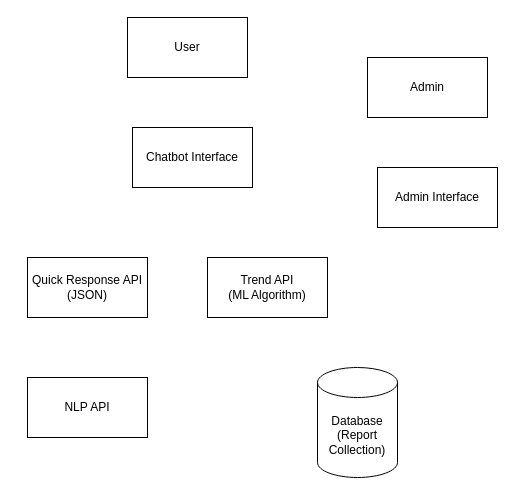
The draw.io diagram SystemDesign.drawio in pranavn35/ProjectDiagrams, before the edit. Source tidied: cells renumbered, new cells numbered last; positions are measured from the earlier drawing's top-left corner, leaving out a move shared by most shapes. Both pictures are drawn from the tidied source at 100%, with x=0, y=0 at pixel (27, 17).
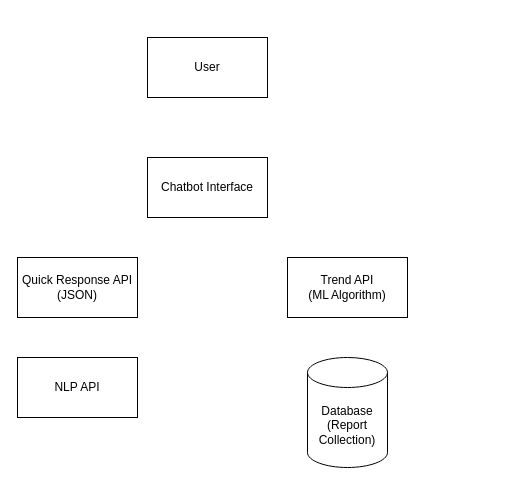
The same diagram, later.

What changed in the source:
```diff
@@
 <mxGraphModel>
   <root>
     <mxCell id="0" />
     <mxCell id="1" parent="0" />
     <mxCell id="2" value="User" style="rounded=0;whiteSpace=wrap;html=1;" parent="1" vertex="1">
-      <mxGeometry x="100" width="120" height="60" as="geometry" />
+      <mxGeometry x="120" y="20" width="120" height="60" as="geometry" />
     </mxCell>
     <mxCell id="3" value="Chatbot Interface" style="rounded=0;whiteSpace=wrap;html=1;" parent="1" vertex="1">
-      <mxGeometry x="105" y="110" width="120" height="60" as="geometry" />
+      <mxGeometry x="120" y="140" width="120" height="60" as="geometry" />
     </mxCell>
     <mxCell id="4" value="Quick Response API (JSON)" style="rounded=0;whiteSpace=wrap;html=1;" parent="1" vertex="1">
-      <mxGeometry y="240" width="120" height="60" as="geometry" />
+      <mxGeometry x="-10" y="240" width="120" height="60" as="geometry" />
     </mxCell>
     <mxCell id="5" value="NLP API" style="rounded=0;whiteSpace=wrap;html=1;" parent="1" vertex="1">
-      <mxGeometry y="360" width="120" height="60" as="geometry" />
+      <mxGeometry x="-10" y="340" width="120" height="60" as="geometry" />
     </mxCell>
     <mxCell id="6" value="Database&lt;br&gt;(Report Collection)" style="shape=cylinder3;whiteSpace=wrap;html=1;boundedLbl=1;backgroundOutline=1;size=15;" parent="1" vertex="1">
-      <mxGeometry x="290" y="350" width="80" height="110" as="geometry" />
+      <mxGeometry x="280" y="340" width="80" height="110" as="geometry" />
     </mxCell>
-    <mxCell id="7" value="Admin" style="rounded=0;whiteSpace=wrap;html=1;" parent="1" vertex="1">
-      <mxGeometry x="340" y="40" width="120" height="60" as="geometry" />
-    </mxCell>
-    <mxCell id="8" value="Admin Interface" style="rounded=0;whiteSpace=wrap;html=1;" parent="1" vertex="1">
-      <mxGeometry x="350" y="150" width="120" height="60" as="geometry" />
-    </mxCell>
     <mxCell id="9" value="Trend API&lt;br&gt;(ML Algorithm)" style="rounded=0;whiteSpace=wrap;html=1;" parent="1" vertex="1">
-      <mxGeometry x="180" y="240" width="120" height="60" as="geometry" />
+      <mxGeometry x="260" y="240" width="120" height="60" as="geometry" />
     </mxCell>
   </root>
 </mxGraphModel>
```
